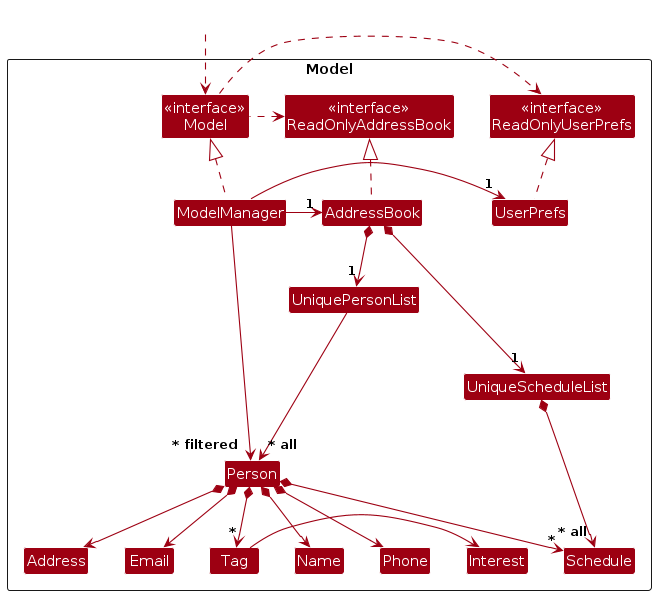
Earlier version of the PlantUML export diagrams/ModelClassDiagram.png (garywongkai/tp). Its source is kept beside it as diagrams/ModelClassDiagram.puml. The source it was exported from:
```plantuml
@startuml
!include style.puml
skinparam arrowThickness 1.1
skinparam arrowColor MODEL_COLOR
skinparam classBackgroundColor MODEL_COLOR

Package Model as ModelPackage <<Rectangle>>{
Class "<<interface>>\nReadOnlyAddressBook" as ReadOnlyAddressBook
Class "<<interface>>\nReadOnlyUserPrefs" as ReadOnlyUserPrefs
Class "<<interface>>\nModel" as Model
Class AddressBook
Class ModelManager
Class UserPrefs

Class UniquePersonList
Class UniqueScheduleList
Class Person
Class Address
Class Email
Class Name
Class Phone
Class Tag
Class Schedule
Class Interest

Class I #FFFFFF
}

Class HiddenOutside #FFFFFF
HiddenOutside ..> Model

AddressBook .up.|> ReadOnlyAddressBook

ModelManager .up.|> Model
Model .right.> ReadOnlyUserPrefs
Model .left.> ReadOnlyAddressBook
ModelManager -left-> "1" AddressBook
ModelManager -right-> "1" UserPrefs
UserPrefs .up.|> ReadOnlyUserPrefs

AddressBook *--> "1" UniquePersonList
AddressBook *--> "1" UniqueScheduleList
UniquePersonList --> "~* all" Person
UniqueScheduleList *--> "~* all" Schedule
Person *--> Name
Person *--> Phone
Person *--> Email
Person *--> Address
Person *--> "*" Tag
Person *--> "*" Schedule
Tag --> Interest

Person -[hidden]up--> I
UniquePersonList -[hidden]right-> I

Name -[hidden]right-> Phone
Phone -[hidden]right-> Address
Address -[hidden]right-> Email
Email -[hidden]right-> Tag
Tag -[hidden]right-> Interest

ModelManager --> "~* filtered" Person
@enduml
```
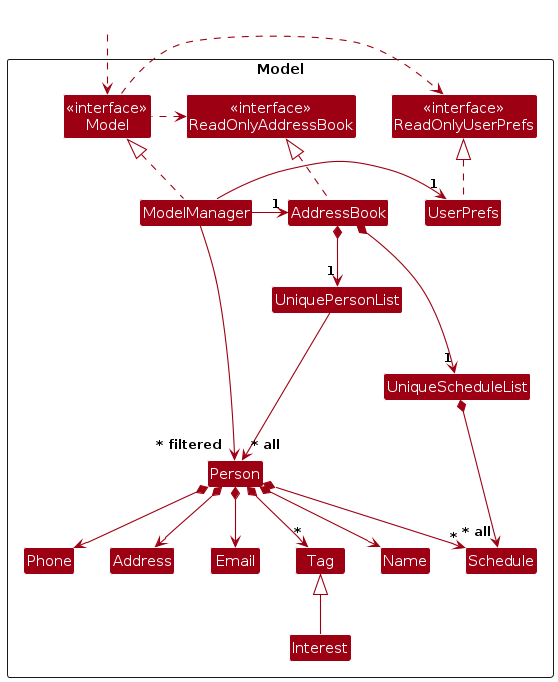
Above is the later version.

What changed in the source:
```diff
@@ -48,7 +48,7 @@
 Person *--> Address
 Person *--> "*" Tag
 Person *--> "*" Schedule
-Tag --> Interest
+Tag <|--  Interest
 
 Person -[hidden]up--> I
 UniquePersonList -[hidden]right-> I
@@ -57,7 +57,6 @@
 Phone -[hidden]right-> Address
 Address -[hidden]right-> Email
 Email -[hidden]right-> Tag
-Tag -[hidden]right-> Interest
 
 ModelManager --> "~* filtered" Person
 @enduml
```
